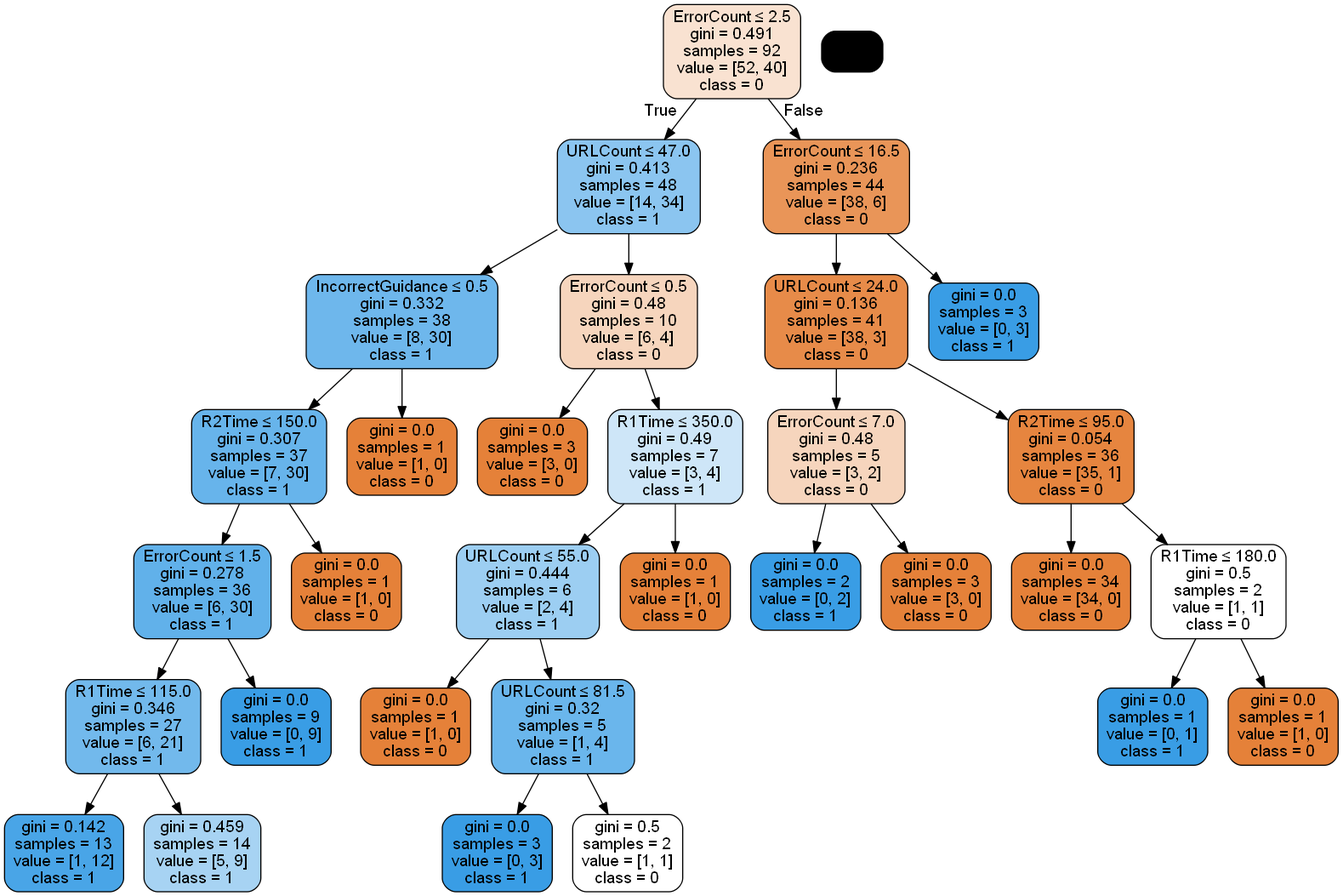
Above: tree_2.png in Yumil22/Curso_Python (Graphviz), before the change. Its source is kept beside it as tree_2.dot.
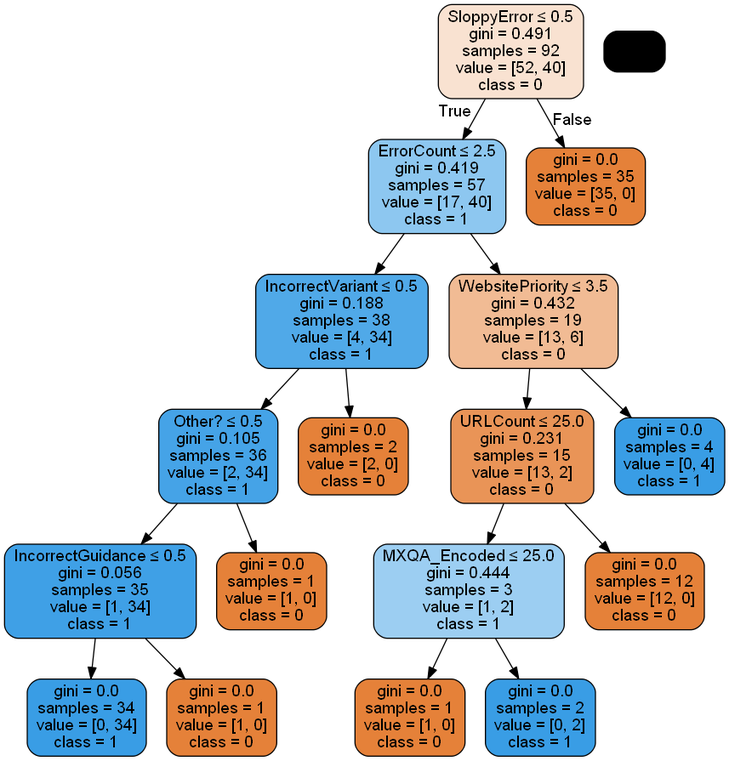
The same file after the commit.

Diff of the diagram source:
```diff
@@ -1,64 +1,36 @@
 digraph Tree {
 node [shape=box] ;
-0 [label="ErrorCount <= 2.5\ngini = 0.491\nsamples = 92\nvalue = [52, 40]"] ;
-1 [label="URLCount <= 47.0\ngini = 0.413\nsamples = 48\nvalue = [14, 34]"] ;
+0 [label="SloppyError <= 0.5\ngini = 0.491\nsamples = 92\nvalue = [52, 40]"] ;
+1 [label="ErrorCount <= 2.5\ngini = 0.419\nsamples = 57\nvalue = [17, 40]"] ;
 0 -> 1 [labeldistance=2.5, labelangle=45, headlabel="True"] ;
-2 [label="IncorrectGuidance <= 0.5\ngini = 0.332\nsamples = 38\nvalue = [8, 30]"] ;
+2 [label="IncorrectVariant <= 0.5\ngini = 0.188\nsamples = 38\nvalue = [4, 34]"] ;
 1 -> 2 ;
-3 [label="R2Time <= 150.0\ngini = 0.307\nsamples = 37\nvalue = [7, 30]"] ;
+3 [label="Other? <= 0.5\ngini = 0.105\nsamples = 36\nvalue = [2, 34]"] ;
 2 -> 3 ;
-4 [label="ErrorCount <= 1.5\ngini = 0.278\nsamples = 36\nvalue = [6, 30]"] ;
+4 [label="IncorrectGuidance <= 0.5\ngini = 0.056\nsamples = 35\nvalue = [1, 34]"] ;
 3 -> 4 ;
-5 [label="R1Time <= 115.0\ngini = 0.346\nsamples = 27\nvalue = [6, 21]"] ;
+5 [label="gini = 0.0\nsamples = 34\nvalue = [0, 34]"] ;
 4 -> 5 ;
-6 [label="gini = 0.142\nsamples = 13\nvalue = [1, 12]"] ;
-5 -> 6 ;
-7 [label="gini = 0.459\nsamples = 14\nvalue = [5, 9]"] ;
-5 -> 7 ;
-8 [label="gini = 0.0\nsamples = 9\nvalue = [0, 9]"] ;
-4 -> 8 ;
-9 [label="gini = 0.0\nsamples = 1\nvalue = [1, 0]"] ;
-3 -> 9 ;
-10 [label="gini = 0.0\nsamples = 1\nvalue = [1, 0]"] ;
-2 -> 10 ;
-11 [label="ErrorCount <= 0.5\ngini = 0.48\nsamples = 10\nvalue = [6, 4]"] ;
-1 -> 11 ;
-12 [label="gini = 0.0\nsamples = 3\nvalue = [3, 0]"] ;
+6 [label="gini = 0.0\nsamples = 1\nvalue = [1, 0]"] ;
+4 -> 6 ;
+7 [label="gini = 0.0\nsamples = 1\nvalue = [1, 0]"] ;
+3 -> 7 ;
+8 [label="gini = 0.0\nsamples = 2\nvalue = [2, 0]"] ;
+2 -> 8 ;
+9 [label="WebsitePriority <= 3.5\ngini = 0.432\nsamples = 19\nvalue = [13, 6]"] ;
+1 -> 9 ;
+10 [label="URLCount <= 25.0\ngini = 0.231\nsamples = 15\nvalue = [13, 2]"] ;
+9 -> 10 ;
+11 [label="MXQA_Encoded <= 25.0\ngini = 0.444\nsamples = 3\nvalue = [1, 2]"] ;
+10 -> 11 ;
+12 [label="gini = 0.0\nsamples = 1\nvalue = [1, 0]"] ;
 11 -> 12 ;
-13 [label="R1Time <= 350.0\ngini = 0.49\nsamples = 7\nvalue = [3, 4]"] ;
+13 [label="gini = 0.0\nsamples = 2\nvalue = [0, 2]"] ;
 11 -> 13 ;
-14 [label="URLCount <= 55.0\ngini = 0.444\nsamples = 6\nvalue = [2, 4]"] ;
-13 -> 14 ;
-15 [label="gini = 0.0\nsamples = 1\nvalue = [1, 0]"] ;
-14 -> 15 ;
-16 [label="URLCount <= 81.5\ngini = 0.32\nsamples = 5\nvalue = [1, 4]"] ;
-14 -> 16 ;
-17 [label="gini = 0.0\nsamples = 3\nvalue = [0, 3]"] ;
-16 -> 17 ;
-18 [label="gini = 0.5\nsamples = 2\nvalue = [1, 1]"] ;
-16 -> 18 ;
-19 [label="gini = 0.0\nsamples = 1\nvalue = [1, 0]"] ;
-13 -> 19 ;
-20 [label="ErrorCount <= 16.5\ngini = 0.236\nsamples = 44\nvalue = [38, 6]"] ;
-0 -> 20 [labeldistance=2.5, labelangle=-45, headlabel="False"] ;
-21 [label="URLCount <= 24.0\ngini = 0.136\nsamples = 41\nvalue = [38, 3]"] ;
-20 -> 21 ;
-22 [label="ErrorCount <= 7.0\ngini = 0.48\nsamples = 5\nvalue = [3, 2]"] ;
-21 -> 22 ;
-23 [label="gini = 0.0\nsamples = 2\nvalue = [0, 2]"] ;
-22 -> 23 ;
-24 [label="gini = 0.0\nsamples = 3\nvalue = [3, 0]"] ;
-22 -> 24 ;
-25 [label="R2Time <= 95.0\ngini = 0.054\nsamples = 36\nvalue = [35, 1]"] ;
-21 -> 25 ;
-26 [label="gini = 0.0\nsamples = 34\nvalue = [34, 0]"] ;
-25 -> 26 ;
-27 [label="R1Time <= 180.0\ngini = 0.5\nsamples = 2\nvalue = [1, 1]"] ;
-25 -> 27 ;
-28 [label="gini = 0.0\nsamples = 1\nvalue = [0, 1]"] ;
-27 -> 28 ;
-29 [label="gini = 0.0\nsamples = 1\nvalue = [1, 0]"] ;
-27 -> 29 ;
-30 [label="gini = 0.0\nsamples = 3\nvalue = [0, 3]"] ;
-20 -> 30 ;
+14 [label="gini = 0.0\nsamples = 12\nvalue = [12, 0]"] ;
+10 -> 14 ;
+15 [label="gini = 0.0\nsamples = 4\nvalue = [0, 4]"] ;
+9 -> 15 ;
+16 [label="gini = 0.0\nsamples = 35\nvalue = [35, 0]"] ;
+0 -> 16 [labeldistance=2.5, labelangle=-45, headlabel="False"] ;
 }
```
